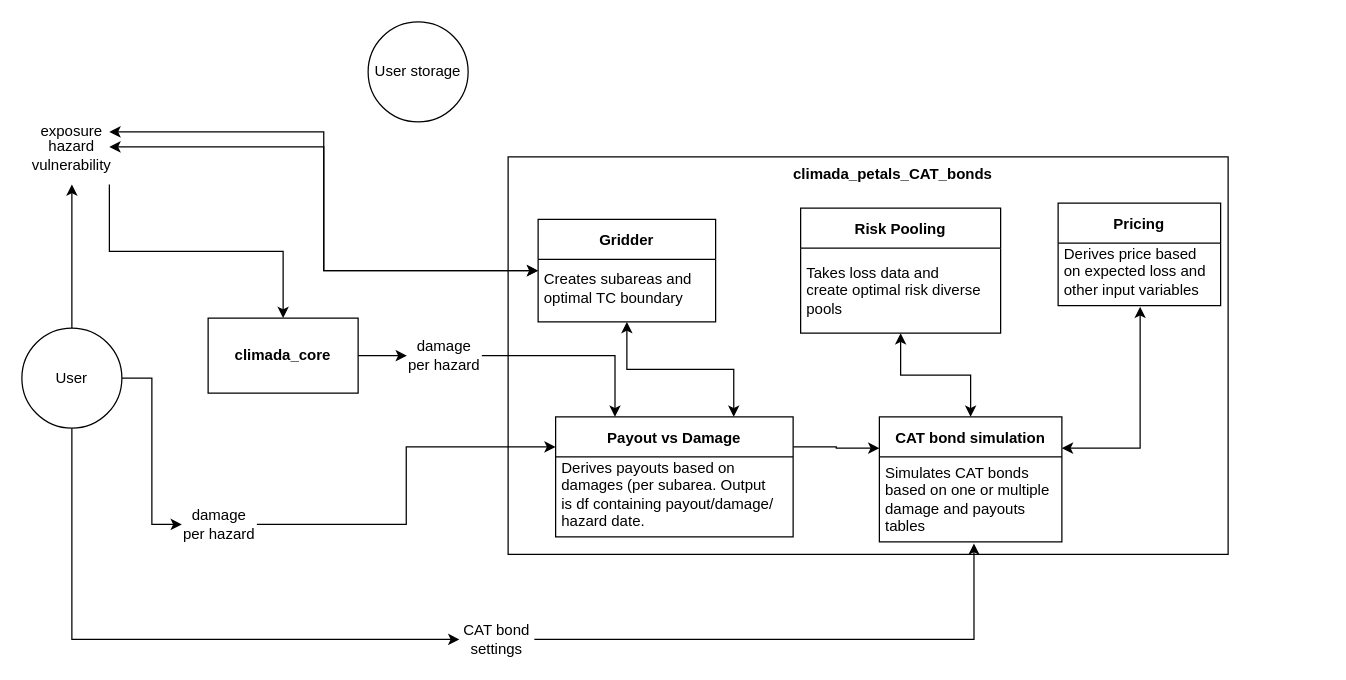
KaiOBerg/master_thesis_cat_bonds keeps this draw.io diagram as data_flow_climada_petals.drawio. Above is the earlier version. Source tidied: cells renumbered, new cells numbered last; positions are measured from the earlier drawing's top-left corner, leaving out a move shared by most shapes. Both pictures are drawn from the tidied source at 125%, with x=0, y=0 at pixel (21, 21).
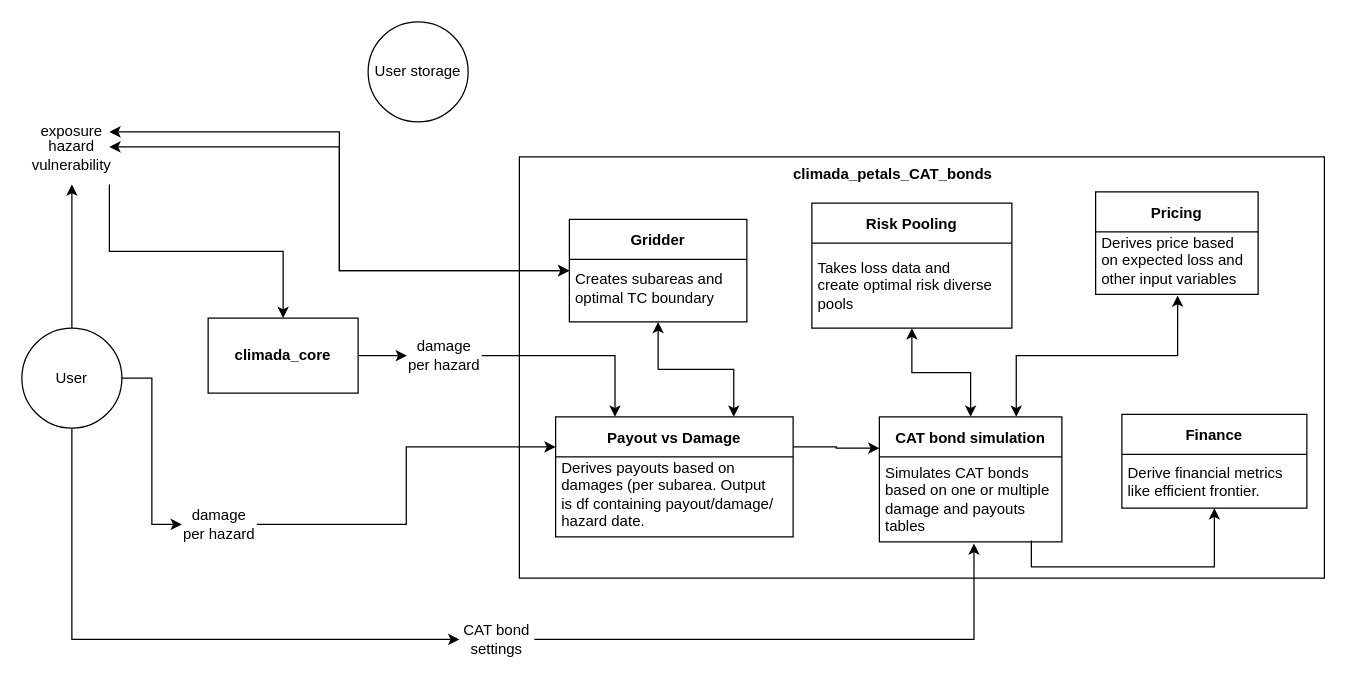
After the change.

Unchanged cells that the change refers to:
```xml
<mxCell id="14" value="CAT bond simulation" style="swimlane;startSize=32;align=center;" parent="1" vertex="1">
  <mxGeometry x="686" y="316" width="146" height="100" as="geometry" />
</mxCell>
<mxCell id="15" value="Simulates CAT bonds&amp;nbsp;&lt;div&gt;based on one or multiple&amp;nbsp;&lt;/div&gt;&lt;div&gt;damage and payouts&amp;nbsp;&lt;/div&gt;&lt;div&gt;tables&lt;/div&gt;" style="text;html=1;align=left;verticalAlign=middle;points=[];strokeColor=none;fillColor=none;" parent="14" vertex="1">
  <mxGeometry x="3" y="32" width="153" height="68" as="geometry" />
</mxCell>
<mxCell id="21" value="Derives price based&amp;nbsp;&lt;div&gt;on expected loss and&lt;div&gt;other input variables&lt;/div&gt;&lt;/div&gt;" style="text;html=1;align=left;verticalAlign=middle;points=[];strokeColor=none;fillColor=none;" parent="20" vertex="1">
  <mxGeometry x="3" y="28" width="131" height="54" as="geometry" />
</mxCell>
```

Diff of the diagram source:
```diff
@@
     <mxCell id="2" style="rounded=0;whiteSpace=wrap;html=1;fillColor=none;align=center;labelPosition=center;verticalLabelPosition=top;verticalAlign=middle;" parent="1" vertex="1">
-      <mxGeometry x="389" y="108" width="576" height="318" as="geometry" />
+      <mxGeometry x="398" y="108" width="644" height="337" as="geometry" />
     </mxCell>
@@
+    <mxCell id="39" style="edgeStyle=orthogonalEdgeStyle;rounded=0;jettySize=auto;html=1;exitX=0.775;exitY=0.985;exitDx=0;exitDy=0;entryX=0.5;entryY=1;entryDx=0;entryDy=0;exitPerimeter=0;" parent="1" edge="1" source="15" target="40">
+      <mxGeometry relative="1" as="geometry" />
+    </mxCell>
@@
-    <mxCell id="19" style="edgeStyle=orthogonalEdgeStyle;rounded=0;jettySize=auto;html=1;exitX=0.478;exitY=1.017;exitDx=0;exitDy=0;entryX=1;entryY=0.25;entryDx=0;entryDy=0;startArrow=classic;startFill=1;exitPerimeter=0;" parent="1" edge="1" source="21" target="14">
+    <mxCell id="19" style="edgeStyle=orthogonalEdgeStyle;rounded=0;jettySize=auto;html=1;exitX=0.478;exitY=1.017;exitDx=0;exitDy=0;entryX=0.75;entryY=0;entryDx=0;entryDy=0;startArrow=classic;startFill=1;exitPerimeter=0;" parent="1" edge="1" source="21" target="14">
       <mxGeometry relative="1" as="geometry" />
     </mxCell>
     <mxCell id="20" value="Pricing" style="swimlane;startSize=32;align=center;" parent="1" vertex="1">
-      <mxGeometry x="829" y="145" width="130" height="82" as="geometry" />
+      <mxGeometry x="859" y="136" width="130" height="82" as="geometry" />
     </mxCell>
@@
     <mxCell id="26" value="Gridder" style="swimlane;startSize=32;align=center;" parent="1" vertex="1">
-      <mxGeometry x="413" y="158" width="142" height="82" as="geometry" />
+      <mxGeometry x="438" y="158" width="142" height="82" as="geometry" />
     </mxCell>
@@
     <mxCell id="30" value="Risk Pooling" style="swimlane;startSize=32;align=center;" parent="1" vertex="1">
-      <mxGeometry x="623" y="149" width="160" height="100" as="geometry" />
+      <mxGeometry x="632" y="145" width="160" height="100" as="geometry" />
     </mxCell>
@@
+    <mxCell id="40" value="Finance" style="swimlane;startSize=32;align=center;" parent="1" vertex="1">
+      <mxGeometry x="880" y="314" width="148" height="75" as="geometry" />
+    </mxCell>
+    <mxCell id="41" value="Derive financial metrics&amp;nbsp;&lt;div&gt;like efficient frontier.&lt;/div&gt;" style="text;html=1;align=left;verticalAlign=middle;strokeColor=none;fillColor=none;" parent="40" vertex="1">
+      <mxGeometry x="3" y="34" width="145" height="40" as="geometry" />
+    </mxCell>
```
